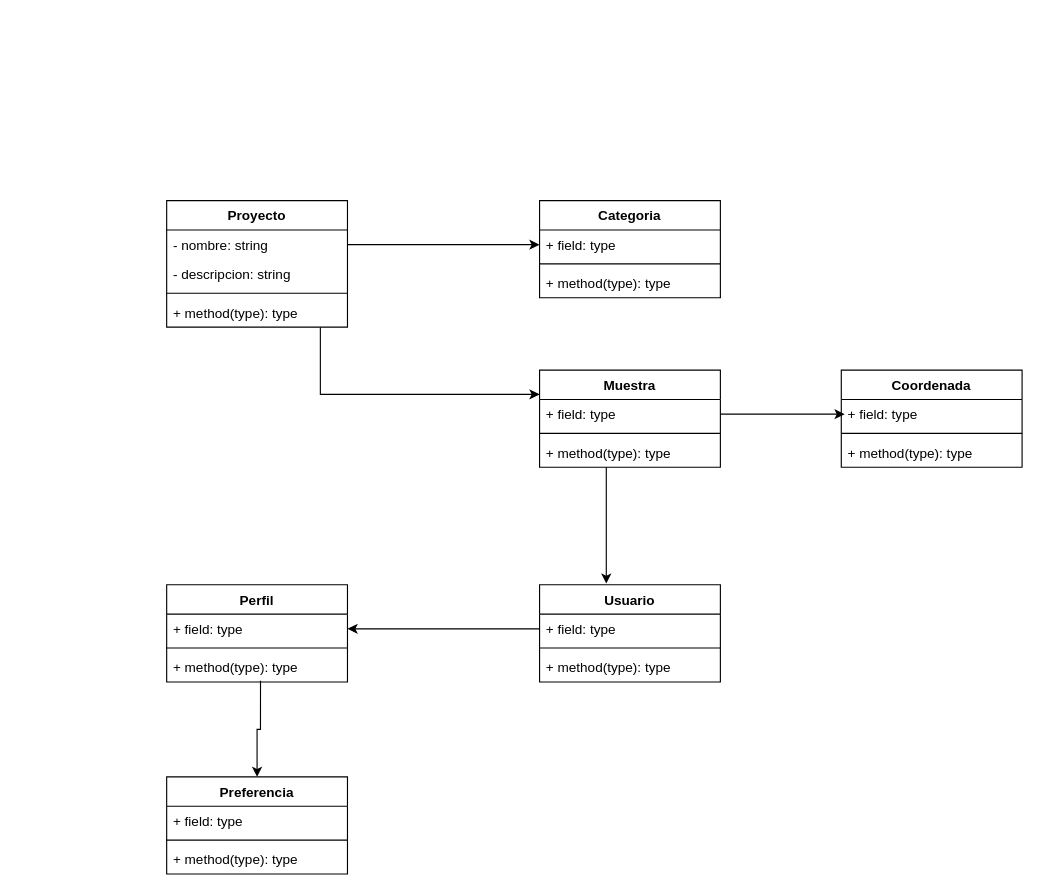
This is TPFinal.drawio from Maxxie12/Unq-po2-TpFinal, a draw.io file, before an edit. Source tidied: cells renumbered, new cells numbered last; positions are measured from the earlier drawing's top-left corner, leaving out a move shared by most shapes. Both pictures are drawn from the tidied source at 113%, with x=0, y=0 at pixel (166, 200).
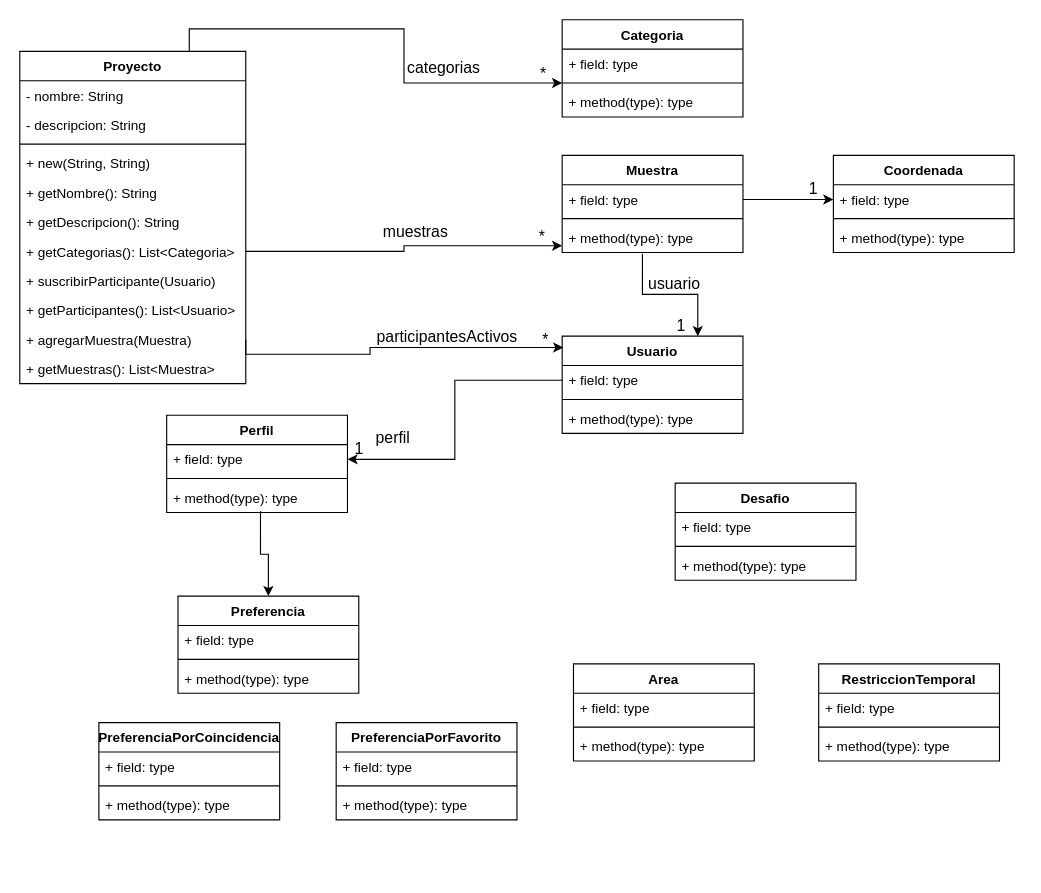
The same diagram, later.

Commit message:
Actualizo Clase Proyecto

Unchanged cells that the change refers to:
```xml
<mxCell id="12" value="+ field: type" style="text;strokeColor=none;fillColor=none;align=left;verticalAlign=top;spacingLeft=4;spacingRight=4;overflow=hidden;points=[[0,0.5],[1,0.5]];portConstraint=eastwest;" parent="11" vertex="1">
  <mxGeometry y="26" width="160" height="26" as="geometry" />
</mxCell>
<mxCell id="14" value="+ method(type): type" style="text;strokeColor=none;fillColor=none;align=left;verticalAlign=top;spacingLeft=4;spacingRight=4;overflow=hidden;points=[[0,0.5],[1,0.5]];portConstraint=eastwest;" parent="11" vertex="1">
  <mxGeometry y="60" width="160" height="26" as="geometry" />
</mxCell>
<mxCell id="16" value="+ field: type" style="text;strokeColor=none;fillColor=none;align=left;verticalAlign=top;spacingLeft=4;spacingRight=4;overflow=hidden;points=[[0,0.5],[1,0.5]];portConstraint=eastwest;" parent="15" vertex="1">
  <mxGeometry y="26" width="160" height="26" as="geometry" />
</mxCell>
<mxCell id="17" style="line;strokeWidth=1;fillColor=none;align=left;verticalAlign=middle;spacingTop=-1;spacingLeft=3;spacingRight=3;labelPosition=right;points=[];portConstraint=eastwest;strokeColor=inherit;" parent="15" vertex="1">
  <mxGeometry y="52" width="160" height="8" as="geometry" />
</mxCell>
<mxCell id="23" value="+ field: type" style="text;strokeColor=none;fillColor=none;align=left;verticalAlign=top;spacingLeft=4;spacingRight=4;overflow=hidden;points=[[0,0.5],[1,0.5]];portConstraint=eastwest;" parent="22" vertex="1">
  <mxGeometry y="26" width="160" height="26" as="geometry" />
</mxCell>
```

Diff of the diagram source:
```diff
@@
+    <mxCell id="37" style="edgeStyle=orthogonalEdgeStyle;rounded=0;jettySize=auto;html=1;exitX=0.75;exitY=0;exitDx=0;exitDy=0;entryX=0;entryY=0.5;entryDx=0;entryDy=0;entryPerimeter=0;fontSize=14;" parent="1" edge="1" source="2" target="17">
+      <mxGeometry relative="1" as="geometry" />
+    </mxCell>
     <mxCell id="2" value="Proyecto" style="swimlane;fontStyle=1;align=center;verticalAlign=top;horizontal=1;startSize=26;" parent="1" vertex="1">
-      <mxGeometry width="160" height="112" as="geometry" />
+      <mxGeometry x="-130" y="-132" width="200" height="294" as="geometry" />
     </mxCell>
-    <mxCell id="3" value="- nombre: string" style="text;strokeColor=none;fillColor=none;align=left;verticalAlign=top;spacingLeft=4;spacingRight=4;overflow=hidden;points=[[0,0.5],[1,0.5]];portConstraint=eastwest;" parent="2" vertex="1">
-      <mxGeometry y="26" width="160" height="26" as="geometry" />
+    <mxCell id="3" value="- nombre: String" style="text;strokeColor=none;fillColor=none;align=left;verticalAlign=top;spacingLeft=4;spacingRight=4;overflow=hidden;points=[[0,0.5],[1,0.5]];portConstraint=eastwest;" parent="2" vertex="1">
+      <mxGeometry y="26" width="200" height="26" as="geometry" />
     </mxCell>
-    <mxCell id="4" value="- descripcion: string" style="text;strokeColor=none;fillColor=none;align=left;verticalAlign=top;spacingLeft=4;spacingRight=4;overflow=hidden;" parent="2" vertex="1">
-      <mxGeometry y="52" width="160" height="26" as="geometry" />
+    <mxCell id="4" value="- descripcion: String" style="text;strokeColor=none;fillColor=none;align=left;verticalAlign=top;spacingLeft=4;spacingRight=4;overflow=hidden;" parent="2" vertex="1">
+      <mxGeometry y="52" width="200" height="26" as="geometry" />
     </mxCell>
     <mxCell id="5" style="line;strokeWidth=1;fillColor=none;align=left;verticalAlign=middle;spacingTop=-1;spacingLeft=3;spacingRight=3;labelPosition=right;strokeColor=inherit;" parent="2" vertex="1">
-      <mxGeometry y="78" width="160" height="8" as="geometry" />
+      <mxGeometry y="78" width="200" height="8" as="geometry" />
     </mxCell>
-    <mxCell id="6" value="+ method(type): type" style="text;strokeColor=none;fillColor=none;align=left;verticalAlign=top;spacingLeft=4;spacingRight=4;overflow=hidden;points=[[0,0.5],[1,0.5]];portConstraint=eastwest;" parent="2" vertex="1">
-      <mxGeometry y="86" width="160" height="26" as="geometry" />
+    <mxCell id="6" value="+ new(String, String)" style="text;strokeColor=none;fillColor=none;align=left;verticalAlign=top;spacingLeft=4;spacingRight=4;overflow=hidden;points=[[0,0.5],[1,0.5]];portConstraint=eastwest;" parent="2" vertex="1">
+      <mxGeometry y="86" width="200" height="26" as="geometry" />
     </mxCell>
+    <mxCell id="38" value="+ getNombre(): String" style="text;strokeColor=none;fillColor=none;align=left;verticalAlign=top;spacingLeft=4;spacingRight=4;overflow=hidden;" parent="2" vertex="1">
+      <mxGeometry y="112" width="200" height="26" as="geometry" />
+    </mxCell>
+    <mxCell id="39" value="+ getDescripcion(): String" style="text;strokeColor=none;fillColor=none;align=left;verticalAlign=top;spacingLeft=4;spacingRight=4;overflow=hidden;" parent="2" vertex="1">
+      <mxGeometry y="138" width="200" height="26" as="geometry" />
+    </mxCell>
+    <mxCell id="40" value="+ getCategorias(): List&lt;Categoria&gt;" style="text;strokeColor=none;fillColor=none;align=left;verticalAlign=top;spacingLeft=4;spacingRight=4;overflow=hidden;points=[[0,0.5],[1,0.5]];portConstraint=eastwest;" parent="2" vertex="1">
+      <mxGeometry y="164" width="200" height="26" as="geometry" />
+    </mxCell>
+    <mxCell id="41" value="+ suscribirParticipante(Usuario)" style="text;strokeColor=none;fillColor=none;align=left;verticalAlign=top;spacingLeft=4;spacingRight=4;overflow=hidden;" parent="2" vertex="1">
+      <mxGeometry y="190" width="200" height="26" as="geometry" />
+    </mxCell>
+    <mxCell id="42" value="+ getParticipantes(): List&lt;Usuario&gt;" style="text;strokeColor=none;fillColor=none;align=left;verticalAlign=top;spacingLeft=4;spacingRight=4;overflow=hidden;" parent="2" vertex="1">
+      <mxGeometry y="216" width="200" height="26" as="geometry" />
+    </mxCell>
+    <mxCell id="43" value="+ agregarMuestra(Muestra)" style="text;strokeColor=none;fillColor=none;align=left;verticalAlign=top;spacingLeft=4;spacingRight=4;overflow=hidden;points=[[0,0.5],[1,0.5]];portConstraint=eastwest;" parent="2" vertex="1">
+      <mxGeometry y="242" width="200" height="26" as="geometry" />
+    </mxCell>
+    <mxCell id="44" value="+ getMuestras(): List&lt;Muestra&gt;" style="text;strokeColor=none;fillColor=none;align=left;verticalAlign=top;spacingLeft=4;spacingRight=4;overflow=hidden;" parent="2" vertex="1">
+      <mxGeometry y="268" width="200" height="26" as="geometry" />
+    </mxCell>
+    <mxCell id="21" style="edgeStyle=orthogonalEdgeStyle;rounded=0;jettySize=auto;html=1;exitX=0.444;exitY=1.038;exitDx=0;exitDy=0;entryX=0.75;entryY=0;entryDx=0;entryDy=0;fontSize=14;exitPerimeter=0;" parent="1" edge="1" source="14" target="7">
+      <mxGeometry relative="1" as="geometry" />
+    </mxCell>
     <mxCell id="7" value="Usuario" style="swimlane;fontStyle=1;align=center;verticalAlign=top;horizontal=1;startSize=26;" parent="1" vertex="1">
-      <mxGeometry x="330" y="340" width="160" height="86" as="geometry" />
+      <mxGeometry x="350" y="120" width="160" height="86" as="geometry" />
     </mxCell>
@@
     <mxCell id="11" value="Muestra" style="swimlane;fontStyle=1;align=center;verticalAlign=top;horizontal=1;startSize=26;" parent="1" vertex="1">
-      <mxGeometry x="330" y="150" width="160" height="86" as="geometry" />
+      <mxGeometry x="350" y="-40" width="160" height="86" as="geometry" />
     </mxCell>
@@
     <mxCell id="15" value="Categoria" style="swimlane;fontStyle=1;align=center;verticalAlign=top;horizontal=1;startSize=26;" parent="1" vertex="1">
-      <mxGeometry x="330" width="160" height="86" as="geometry" />
+      <mxGeometry x="350" y="-160" width="160" height="86" as="geometry" />
     </mxCell>
@@
-    <mxCell id="19" style="edgeStyle=orthogonalEdgeStyle;rounded=0;jettySize=auto;html=1;exitX=1;exitY=0.5;exitDx=0;exitDy=0;entryX=0;entryY=0.5;entryDx=0;entryDy=0;" parent="1" edge="1" source="3" target="16">
-      <mxGeometry relative="1" as="geometry" />
-    </mxCell>
-    <mxCell id="20" style="edgeStyle=orthogonalEdgeStyle;rounded=0;jettySize=auto;html=1;exitX=0.85;exitY=1;exitDx=0;exitDy=0;entryX=0;entryY=0.25;entryDx=0;entryDy=0;exitPerimeter=0;" parent="1" edge="1" source="6" target="11">
-      <mxGeometry relative="1" as="geometry" />
-    </mxCell>
-    <mxCell id="21" style="edgeStyle=orthogonalEdgeStyle;rounded=0;jettySize=auto;html=1;exitX=0.369;exitY=1;exitDx=0;exitDy=0;entryX=0.369;entryY=-0.012;entryDx=0;entryDy=0;exitPerimeter=0;entryPerimeter=0;" parent="1" edge="1" source="14" target="7">
-      <mxGeometry relative="1" as="geometry" />
-    </mxCell>
     <mxCell id="22" value="Coordenada" style="swimlane;fontStyle=1;align=center;verticalAlign=top;horizontal=1;startSize=26;" parent="1" vertex="1">
-      <mxGeometry x="597" y="150" width="160" height="86" as="geometry" />
+      <mxGeometry x="590" y="-40" width="160" height="86" as="geometry" />
     </mxCell>
@@
-    <mxCell id="26" style="edgeStyle=orthogonalEdgeStyle;rounded=0;jettySize=auto;html=1;exitX=1;exitY=0.5;exitDx=0;exitDy=0;" parent="1" edge="1" source="12">
-      <mxGeometry relative="1" as="geometry">
-        <mxPoint x="600" y="189" as="targetPoint" />
-      </mxGeometry>
-    </mxCell>
     <mxCell id="27" value="Perfil" style="swimlane;fontStyle=1;align=center;verticalAlign=top;horizontal=1;startSize=26;" parent="1" vertex="1">
-      <mxGeometry y="340" width="160" height="86" as="geometry" />
+      <mxGeometry y="190" width="160" height="86" as="geometry" />
     </mxCell>
@@
     <mxCell id="31" value="Preferencia" style="swimlane;fontStyle=1;align=center;verticalAlign=top;horizontal=1;startSize=26;" parent="1" vertex="1">
-      <mxGeometry y="510" width="160" height="86" as="geometry" />
+      <mxGeometry x="10" y="350" width="160" height="86" as="geometry" />
     </mxCell>
@@
+    <mxCell id="45" value="PreferenciaPorFavorito" style="swimlane;fontStyle=1;align=center;verticalAlign=top;horizontal=1;startSize=26;" parent="1" vertex="1">
+      <mxGeometry x="150" y="462" width="160" height="86" as="geometry" />
+    </mxCell>
+    <mxCell id="46" value="+ field: type" style="text;strokeColor=none;fillColor=none;align=left;verticalAlign=top;spacingLeft=4;spacingRight=4;overflow=hidden;" parent="45" vertex="1">
+      <mxGeometry y="26" width="160" height="26" as="geometry" />
+    </mxCell>
+    <mxCell id="47" style="line;strokeWidth=1;fillColor=none;align=left;verticalAlign=middle;spacingTop=-1;spacingLeft=3;spacingRight=3;labelPosition=right;strokeColor=inherit;" parent="45" vertex="1">
+      <mxGeometry y="52" width="160" height="8" as="geometry" />
+    </mxCell>
+    <mxCell id="48" value="+ method(type): type" style="text;strokeColor=none;fillColor=none;align=left;verticalAlign=top;spacingLeft=4;spacingRight=4;overflow=hidden;" parent="45" vertex="1">
+      <mxGeometry y="60" width="160" height="26" as="geometry" />
+    </mxCell>
+    <mxCell id="49" value="PreferenciaPorCoincidencia" style="swimlane;fontStyle=1;align=center;verticalAlign=top;horizontal=1;startSize=26;" parent="1" vertex="1">
+      <mxGeometry x="-60" y="462" width="160" height="86" as="geometry" />
+    </mxCell>
+    <mxCell id="50" value="+ field: type" style="text;strokeColor=none;fillColor=none;align=left;verticalAlign=top;spacingLeft=4;spacingRight=4;overflow=hidden;" parent="49" vertex="1">
+      <mxGeometry y="26" width="160" height="26" as="geometry" />
+    </mxCell>
+    <mxCell id="51" style="line;strokeWidth=1;fillColor=none;align=left;verticalAlign=middle;spacingTop=-1;spacingLeft=3;spacingRight=3;labelPosition=right;strokeColor=inherit;" parent="49" vertex="1">
+      <mxGeometry y="52" width="160" height="8" as="geometry" />
+    </mxCell>
+    <mxCell id="52" value="+ method(type): type" style="text;strokeColor=none;fillColor=none;align=left;verticalAlign=top;spacingLeft=4;spacingRight=4;overflow=hidden;" parent="49" vertex="1">
+      <mxGeometry y="60" width="160" height="26" as="geometry" />
+    </mxCell>
+    <mxCell id="53" value="Desafio" style="swimlane;fontStyle=1;align=center;verticalAlign=top;horizontal=1;startSize=26;" parent="1" vertex="1">
+      <mxGeometry x="450" y="250" width="160" height="86" as="geometry" />
+    </mxCell>
+    <mxCell id="54" value="+ field: type" style="text;strokeColor=none;fillColor=none;align=left;verticalAlign=top;spacingLeft=4;spacingRight=4;overflow=hidden;" parent="53" vertex="1">
+      <mxGeometry y="26" width="160" height="26" as="geometry" />
+    </mxCell>
+    <mxCell id="55" style="line;strokeWidth=1;fillColor=none;align=left;verticalAlign=middle;spacingTop=-1;spacingLeft=3;spacingRight=3;labelPosition=right;strokeColor=inherit;" parent="53" vertex="1">
+      <mxGeometry y="52" width="160" height="8" as="geometry" />
+    </mxCell>
+    <mxCell id="56" value="+ method(type): type" style="text;strokeColor=none;fillColor=none;align=left;verticalAlign=top;spacingLeft=4;spacingRight=4;overflow=hidden;" parent="53" vertex="1">
+      <mxGeometry y="60" width="160" height="26" as="geometry" />
+    </mxCell>
+    <mxCell id="57" value="RestriccionTemporal" style="swimlane;fontStyle=1;align=center;verticalAlign=top;horizontal=1;startSize=26;" parent="1" vertex="1">
+      <mxGeometry x="577" y="410" width="160" height="86" as="geometry" />
+    </mxCell>
+    <mxCell id="58" value="+ field: type" style="text;strokeColor=none;fillColor=none;align=left;verticalAlign=top;spacingLeft=4;spacingRight=4;overflow=hidden;" parent="57" vertex="1">
+      <mxGeometry y="26" width="160" height="26" as="geometry" />
+    </mxCell>
+    <mxCell id="59" style="line;strokeWidth=1;fillColor=none;align=left;verticalAlign=middle;spacingTop=-1;spacingLeft=3;spacingRight=3;labelPosition=right;strokeColor=inherit;" parent="57" vertex="1">
+      <mxGeometry y="52" width="160" height="8" as="geometry" />
+    </mxCell>
+    <mxCell id="60" value="+ method(type): type" style="text;strokeColor=none;fillColor=none;align=left;verticalAlign=top;spacingLeft=4;spacingRight=4;overflow=hidden;" parent="57" vertex="1">
+      <mxGeometry y="60" width="160" height="26" as="geometry" />
+    </mxCell>
+    <mxCell id="61" value="Area" style="swimlane;fontStyle=1;align=center;verticalAlign=top;horizontal=1;startSize=26;" parent="1" vertex="1">
+      <mxGeometry x="360" y="410" width="160" height="86" as="geometry" />
+    </mxCell>
+    <mxCell id="62" value="+ field: type" style="text;strokeColor=none;fillColor=none;align=left;verticalAlign=top;spacingLeft=4;spacingRight=4;overflow=hidden;" parent="61" vertex="1">
+      <mxGeometry y="26" width="160" height="26" as="geometry" />
+    </mxCell>
+    <mxCell id="63" style="line;strokeWidth=1;fillColor=none;align=left;verticalAlign=middle;spacingTop=-1;spacingLeft=3;spacingRight=3;labelPosition=right;strokeColor=inherit;" parent="61" vertex="1">
+      <mxGeometry y="52" width="160" height="8" as="geometry" />
+    </mxCell>
+    <mxCell id="64" value="+ method(type): type" style="text;strokeColor=none;fillColor=none;align=left;verticalAlign=top;spacingLeft=4;spacingRight=4;overflow=hidden;" parent="61" vertex="1">
+      <mxGeometry y="60" width="160" height="26" as="geometry" />
+    </mxCell>
+    <mxCell id="65" style="edgeStyle=orthogonalEdgeStyle;rounded=0;jettySize=auto;html=1;exitX=1;exitY=0.5;exitDx=0;exitDy=0;entryX=0;entryY=0.5;entryDx=0;entryDy=0;fontSize=14;" parent="1" edge="1" source="12" target="23">
+      <mxGeometry relative="1" as="geometry" />
+    </mxCell>
+    <mxCell id="66" value="categorias" style="text;html=1;align=center;verticalAlign=middle;strokeColor=none;fillColor=none;fontSize=14;" parent="1" vertex="1">
+      <mxGeometry x="200" y="-132" width="90" height="30" as="geometry" />
+    </mxCell>
+    <mxCell id="67" value="*" style="text;html=1;align=center;verticalAlign=middle;strokeColor=none;fillColor=none;fontSize=14;" parent="1" vertex="1">
+      <mxGeometry x="318" y="-127" width="30" height="30" as="geometry" />
+    </mxCell>
+    <mxCell id="68" value="*" style="text;html=1;align=center;verticalAlign=middle;strokeColor=none;fillColor=none;fontSize=14;" parent="1" vertex="1">
+      <mxGeometry x="317" y="17" width="30" height="30" as="geometry" />
+    </mxCell>
+    <mxCell id="69" value="muestras" style="text;html=1;align=center;verticalAlign=middle;strokeColor=none;fillColor=none;fontSize=14;" parent="1" vertex="1">
+      <mxGeometry x="180" y="13" width="80" height="30" as="geometry" />
+    </mxCell>
+    <mxCell id="70" style="edgeStyle=orthogonalEdgeStyle;rounded=0;jettySize=auto;html=1;exitX=1;exitY=0.5;exitDx=0;exitDy=0;entryX=0.006;entryY=0.116;entryDx=0;entryDy=0;entryPerimeter=0;fontSize=14;" parent="1" edge="1" source="43" target="7">
+      <mxGeometry relative="1" as="geometry">
+        <Array as="points">
+          <mxPoint x="180" y="136" />
+          <mxPoint x="180" y="130" />
+        </Array>
+      </mxGeometry>
+    </mxCell>
+    <mxCell id="71" value="*" style="text;html=1;align=center;verticalAlign=middle;strokeColor=none;fillColor=none;fontSize=14;" parent="1" vertex="1">
+      <mxGeometry x="320" y="108" width="30" height="30" as="geometry" />
+    </mxCell>
+    <mxCell id="72" value="participantesActivos" style="text;html=1;align=center;verticalAlign=middle;strokeColor=none;fillColor=none;fontSize=14;" parent="1" vertex="1">
+      <mxGeometry x="173" y="106" width="150" height="30" as="geometry" />
+    </mxCell>
+    <mxCell id="73" value="perfil" style="text;html=1;align=center;verticalAlign=middle;strokeColor=none;fillColor=none;fontSize=14;" parent="1" vertex="1">
+      <mxGeometry x="175" y="195" width="50" height="30" as="geometry" />
+    </mxCell>
+    <mxCell id="74" value="usuario" style="text;html=1;align=center;verticalAlign=middle;strokeColor=none;fillColor=none;fontSize=14;" parent="1" vertex="1">
+      <mxGeometry x="414" y="59" width="70" height="30" as="geometry" />
+    </mxCell>
+    <mxCell id="75" value="1" style="text;html=1;align=center;verticalAlign=middle;strokeColor=none;fillColor=none;fontSize=14;" parent="1" vertex="1">
+      <mxGeometry x="440" y="96" width="30" height="30" as="geometry" />
+    </mxCell>
+    <mxCell id="76" value="1" style="text;html=1;align=center;verticalAlign=middle;strokeColor=none;fillColor=none;fontSize=14;" parent="1" vertex="1">
+      <mxGeometry x="557" y="-25" width="30" height="30" as="geometry" />
+    </mxCell>
+    <mxCell id="77" value="1" style="text;html=1;align=center;verticalAlign=middle;strokeColor=none;fillColor=none;fontSize=14;" parent="1" vertex="1">
+      <mxGeometry x="155" y="205" width="30" height="30" as="geometry" />
+    </mxCell>
+    <mxCell id="78" style="edgeStyle=orthogonalEdgeStyle;rounded=0;jettySize=auto;html=1;exitX=1;exitY=0.5;exitDx=0;exitDy=0;fontSize=14;" parent="1" edge="1" source="40" target="14">
+      <mxGeometry relative="1" as="geometry">
+        <Array as="points">
+          <mxPoint x="210" y="45" />
+          <mxPoint x="210" y="40" />
+        </Array>
+      </mxGeometry>
+    </mxCell>
```
